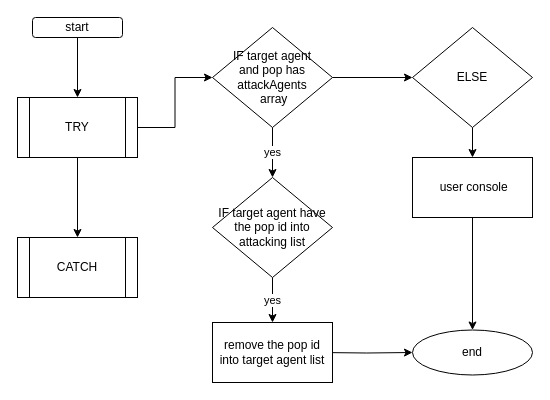
The draw.io diagram card/removeAttackingAgentId.drawio in sivagit/diagrams, before the edit. Source tidied: cells renumbered, new cells numbered last; positions are measured from the earlier drawing's top-left corner, leaving out a move shared by most shapes. Both pictures are drawn from the tidied source at 100%, with x=0, y=0 at pixel (17, 17).
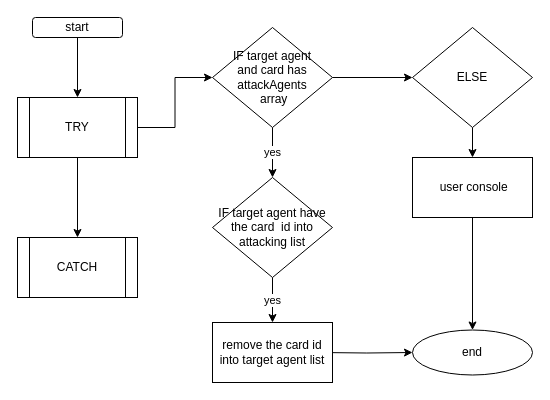
The same page after the edit.

Change to the diagram source:
```diff
@@
-    <mxCell id="10" value="IF target agent &lt;br&gt;and pop has attackAgents&lt;br&gt;&amp;nbsp;array" style="rhombus;whiteSpace=wrap;html=1;" parent="1" vertex="1">
+    <mxCell id="10" value="IF target agent &lt;br&gt;and card has attackAgents&lt;br&gt;&amp;nbsp;array" style="rhombus;whiteSpace=wrap;html=1;" parent="1" vertex="1">
       <mxGeometry x="195" y="10" width="120" height="100" as="geometry" />
     </mxCell>
@@
-    <mxCell id="12" value="IF target agent have the pop id into attacking list" style="rhombus;whiteSpace=wrap;html=1;" parent="1" vertex="1">
+    <mxCell id="12" value="IF target agent have the card&amp;nbsp; id into attacking list" style="rhombus;whiteSpace=wrap;html=1;" parent="1" vertex="1">
       <mxGeometry x="195" y="160" width="120" height="100" as="geometry" />
     </mxCell>
@@
-    <mxCell id="19" value="remove the pop id into target agent list" style="rounded=0;whiteSpace=wrap;html=1;" parent="1" vertex="1">
+    <mxCell id="19" value="remove the card id into target agent list" style="rounded=0;whiteSpace=wrap;html=1;" parent="1" vertex="1">
       <mxGeometry x="195" y="305" width="120" height="60" as="geometry" />
     </mxCell>
```
